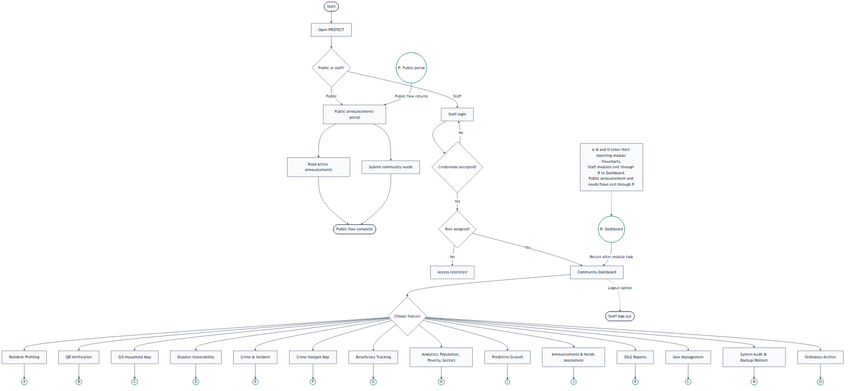
This is diagrams/system_flow.png from KellyEspera/protect, a Mermaid export, as it was before one commit. Its source is kept beside it as diagrams/system_flow.mmd.
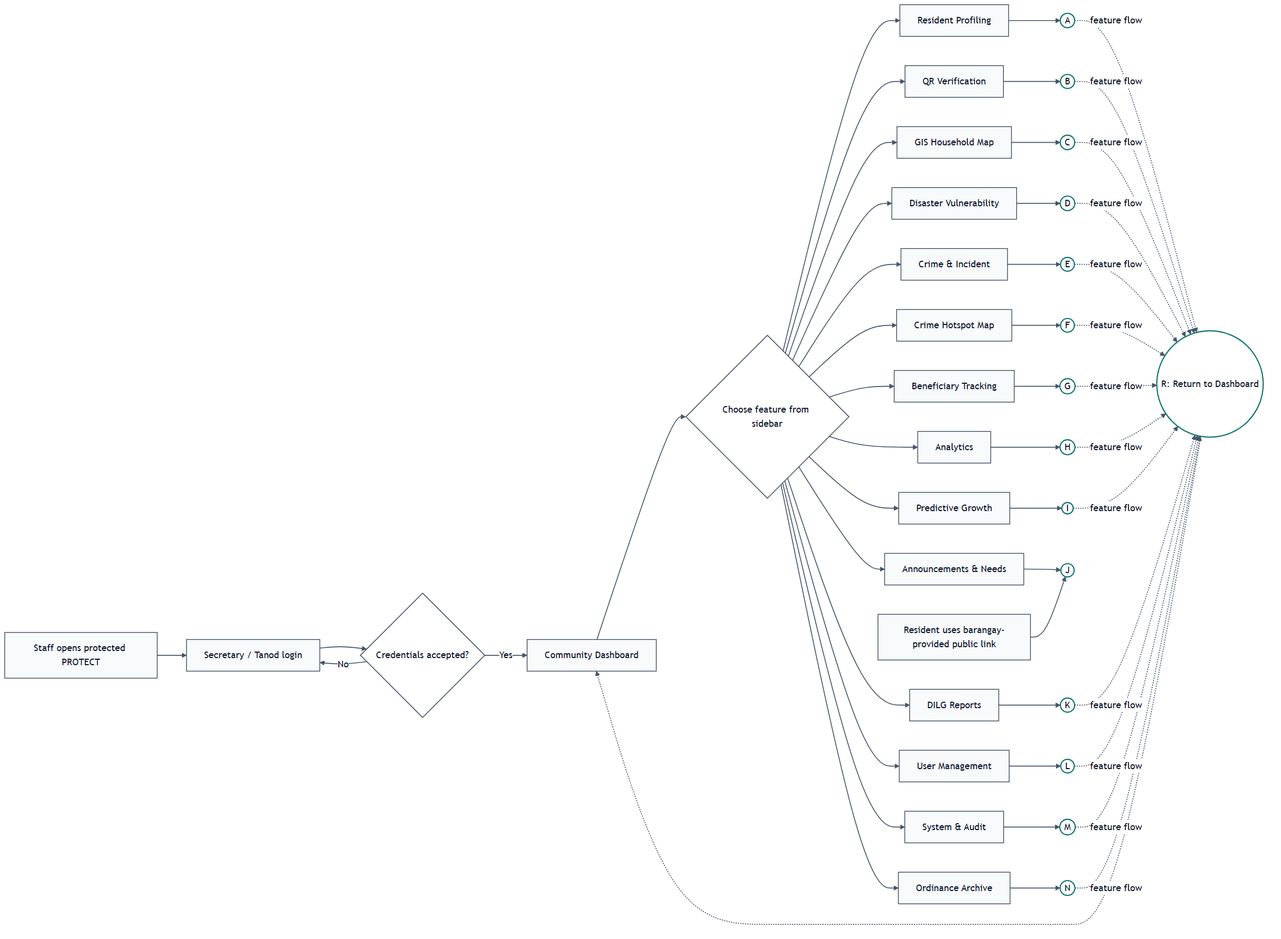
After the commit.

Change to the diagram source:
```diff
@@ -1,49 +1,52 @@
 %%{init: {'theme':'base','themeVariables': {'primaryColor':'#f8fafc','primaryTextColor':'#0f172a','primaryBorderColor':'#475569','lineColor':'#475569','secondaryColor':'#ffffff','tertiaryColor':'#ffffff'}} }%%
-flowchart TB
-    Start([Start]) --> Open[Open PROTECT]
-    Open --> Access{Public or staff?}
-
-    Access -->|Public| PublicPortal[Public announcements portal]
-    PublicPortal --> ReadNotices[Read active announcements]
-    PublicPortal --> SubmitNeeds[Submit community needs]
-    ReadNotices --> PublicDone([Public flow complete])
-    SubmitNeeds --> PublicDone
-
-    Access -->|Staff| Login[Staff login]
+flowchart LR
+    Staff[Staff opens protected PROTECT] --> Login[Secretary / Tanod login]
     Login --> Auth{Credentials accepted?}
     Auth -->|No| Login
-    Auth -->|Yes| Role{Role assigned?}
-    Role -->|No| Restricted[Access restricted]
-    Role -->|Yes| Dashboard[Community Dashboard]
-    Dashboard --> Choose{Choose feature}
+    Auth -->|Yes| Dashboard[Community Dashboard]
+    Dashboard --> Choose{Choose feature from sidebar}
 
-    Choose --> Resident[Resident Profiling] --> A((A))
-    Choose --> QR[QR Verification] --> B((B))
-    Choose --> GIS[GIS Household Map] --> C((C))
-    Choose --> Disaster[Disaster Vulnerability] --> D((D))
-    Choose --> Crime[Crime & Incident] --> E((E))
-    Choose --> Hotspot[Crime Hotspot Map] --> F((F))
-    Choose --> Beneficiary[Beneficiary Tracking] --> G((G))
-    Choose --> Analytics[Analytics: Population, Poverty, Sectors] --> H((H))
-    Choose --> Predictive[Predictive Growth] --> I((I))
-    Choose --> AnnNeeds[Announcements & Needs Assessment] --> J((J))
-    Choose --> Reports[DILG Reports] --> K((K))
-    Choose --> Users[User Management] --> L((L))
-    Choose --> Audit[System Audit & Backup/Restore] --> M((M))
-    Choose --> Ordinance[Ordinance Archive] --> O((O))
+    Choose --> Rail0(( ))
+    Rail0 --- RailA(( )) --- RailB(( )) --- RailC(( )) --- RailD(( )) --- RailE(( )) --- RailF(( )) --- RailG(( )) --- RailH(( )) --- RailI(( )) --- RailJ(( )) --- RailK(( )) --- RailL(( )) --- RailM(( )) --- RailN(( ))
+    RailA --> Resident[Resident Profiling] --> A((A))
+    RailB --> QR[QR Verification] --> B((B))
+    RailC --> GIS[GIS Household Map] --> C((C))
+    RailD --> Disaster[Disaster Vulnerability] --> D((D))
+    RailE --> Crime[Crime & Incident] --> E((E))
+    RailF --> Hotspot[Crime Hotspot Map] --> F((F))
+    RailG --> Beneficiary[Beneficiary Tracking] --> G((G))
+    RailH --> Analytics[Analytics] --> H((H))
+    RailI --> Predictive[Predictive Growth] --> I((I))
+    RailJ --> AnnNeeds[Announcements & Needs] --> J((J))
+    RailK --> Reports[DILG Reports] --> K((K))
+    RailL --> Users[User Management] --> L((L))
+    RailM --> Audit[System & Audit] --> M((M))
+    RailN --> Ordinance[Ordinance Archive] --> N((N))
 
-    R((R: Dashboard)) -->|Return after module task| Dashboard
-    P((P: Public portal)) -->|Public flow returns| PublicPortal
-    ConnectorGuide[ A–M and O enter their matching module flowcharts.<br/>Staff modules exit through R to Dashboard.<br/>Public announcement and needs flows exit through P. ]
-    ConnectorGuide -.-> R
+    A -. feature flow .-> R((R: Return to Dashboard))
+    B -. feature flow .-> R
+    C -. feature flow .-> R
+    D -. feature flow .-> R
+    E -. feature flow .-> R
+    F -. feature flow .-> R
+    G -. feature flow .-> R
+    H -. feature flow .-> R
+    I -. feature flow .-> R
+    K -. feature flow .-> R
+    L -. feature flow .-> R
+    M -. feature flow .-> R
+    N -. feature flow .-> R
+    R -.-> Dashboard
+    Dashboard -. Logout .-> Logout([Log out])
 
-    Logout([Staff logs out])
-    Dashboard -. Logout option .-> Logout
+    Public[Resident uses barangay-provided public link] --> J
 
     classDef decision fill:#ffffff,stroke:#475569,stroke-width:1.5px,color:#0f172a;
     classDef node fill:#f8fafc,stroke:#334155,stroke-width:1.2px,color:#0f172a;
-    class Start,Open,PublicPortal,ReadNotices,SubmitNeeds,PublicDone,Login,Restricted,Dashboard,Resident,QR,GIS,Disaster,Crime,Hotspot,Beneficiary,Analytics,Predictive,AnnNeeds,Reports,Users,Audit,Ordinance,ConnectorGuide,Logout node;
-    class Access,Auth,Role,Choose decision;
+    class Staff,Login,Dashboard,Resident,QR,GIS,Disaster,Crime,Hotspot,Beneficiary,Analytics,Predictive,AnnNeeds,Reports,Users,Audit,Ordinance,Public,Logout node;
+    class Auth,Choose decision;
     classDef connector fill:#ffffff,stroke:#0f766e,stroke-width:2px,color:#0f172a;
-    class A,B,C,D,E,F,G,H,I,J,K,L,M,O,P,R connector;
+    class A,B,C,D,E,F,G,H,I,J,K,L,M,N,R connector;
+    classDef rail fill:#475569,stroke:#475569,color:#475569;
+    class Rail0,RailA,RailB,RailC,RailD,RailE,RailF,RailG,RailH,RailI,RailJ,RailK,RailL,RailM,RailN rail;
     linkStyle default stroke:#475569,stroke-width:1.5px;
```
